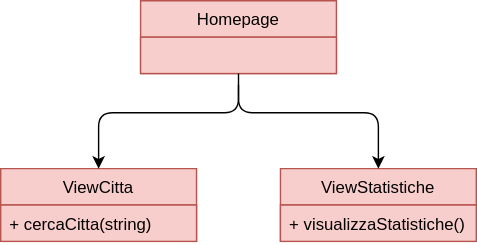
Before: resources/DiagrammaDettaglioHomepage.svg, a diagram exported from draw.io (Leaaaf/weatherment.io). Source tidied: cells renumbered, new cells last; positions are measured from the earlier drawing's top-left corner, leaving out a move shared by most shapes. Source of this version:
```xml
<mxGraphModel>
  <root>
    <mxCell id="0" />
    <mxCell id="1" parent="0" />
    <mxCell id="2" value="Homepage" style="swimlane;fontStyle=0;horizontal=1;startSize=26;fillColor=#f8cecc;strokeColor=#b85450;" parent="1" vertex="1">
      <mxGeometry x="100" width="140" height="52" as="geometry" />
    </mxCell>
    <mxCell id="3" value=" " style="text;strokeColor=#b85450;fillColor=#f8cecc;align=left;verticalAlign=top;spacingLeft=4;spacingRight=4;overflow=hidden;" parent="2" vertex="1">
      <mxGeometry y="26" width="140" height="26" as="geometry" />
    </mxCell>
    <mxCell id="4" value="ViewCitta" style="swimlane;fontStyle=0;horizontal=1;startSize=26;fillColor=#f8cecc;strokeColor=#b85450;" parent="1" vertex="1">
      <mxGeometry y="120" width="140" height="52" as="geometry" />
    </mxCell>
    <mxCell id="5" value="+ cercaCitta(string)" style="text;strokeColor=#b85450;fillColor=#f8cecc;align=left;verticalAlign=top;spacingLeft=4;spacingRight=4;overflow=hidden;" parent="4" vertex="1">
      <mxGeometry y="26" width="140" height="26" as="geometry" />
    </mxCell>
    <mxCell id="6" value="ViewStatistiche" style="swimlane;fontStyle=0;horizontal=1;startSize=26;fillColor=#f8cecc;strokeColor=#b85450;" parent="1" vertex="1">
      <mxGeometry x="200" y="120" width="140" height="52" as="geometry" />
    </mxCell>
    <mxCell id="7" value="+ visualizzaStatistiche()" style="text;strokeColor=#b85450;fillColor=#f8cecc;align=left;verticalAlign=top;spacingLeft=4;spacingRight=4;overflow=hidden;" parent="6" vertex="1">
      <mxGeometry y="26" width="140" height="26" as="geometry" />
    </mxCell>
    <mxCell id="8" style="endArrow=classic;html=1;exitX=0.5;exitY=1;exitDx=0;exitDy=0;entryX=0.5;entryY=0;entryDx=0;entryDy=0;" parent="1" edge="1" source="2" target="4">
      <mxGeometry relative="1" as="geometry">
        <Array as="points">
          <mxPoint x="170" y="80" />
          <mxPoint x="70" y="80" />
        </Array>
      </mxGeometry>
    </mxCell>
    <mxCell id="9" style="endArrow=classic;html=1;entryX=0.5;entryY=0;entryDx=0;entryDy=0;" parent="1" edge="1" target="6">
      <mxGeometry relative="1" as="geometry">
        <mxPoint x="170" y="60" as="sourcePoint" />
        <Array as="points">
          <mxPoint x="170" y="80" />
          <mxPoint x="270" y="80" />
        </Array>
      </mxGeometry>
    </mxCell>
  </root>
</mxGraphModel>
```
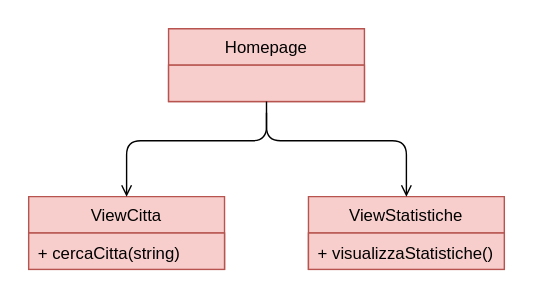
The same diagram one commit later.

What changed in the source:
```diff
@@ -20,7 +20,7 @@
     <mxCell id="7" value="+ visualizzaStatistiche()" style="text;strokeColor=#b85450;fillColor=#f8cecc;align=left;verticalAlign=top;spacingLeft=4;spacingRight=4;overflow=hidden;" parent="6" vertex="1">
       <mxGeometry y="26" width="140" height="26" as="geometry" />
     </mxCell>
-    <mxCell id="8" style="endArrow=classic;html=1;exitX=0.5;exitY=1;exitDx=0;exitDy=0;entryX=0.5;entryY=0;entryDx=0;entryDy=0;" parent="1" edge="1" source="2" target="4">
+    <mxCell id="8" style="endArrow=open;html=1;exitX=0.5;exitY=1;exitDx=0;exitDy=0;entryX=0.5;entryY=0;entryDx=0;entryDy=0;endFill=0;" parent="1" edge="1" source="2" target="4">
       <mxGeometry relative="1" as="geometry">
         <Array as="points">
           <mxPoint x="170" y="80" />
@@ -28,7 +28,7 @@
         </Array>
       </mxGeometry>
     </mxCell>
-    <mxCell id="9" style="endArrow=classic;html=1;entryX=0.5;entryY=0;entryDx=0;entryDy=0;" parent="1" edge="1" target="6">
+    <mxCell id="9" style="endArrow=open;html=1;entryX=0.5;entryY=0;entryDx=0;entryDy=0;endFill=0;" parent="1" edge="1" target="6">
       <mxGeometry relative="1" as="geometry">
         <mxPoint x="170" y="60" as="sourcePoint" />
         <Array as="points">
```
